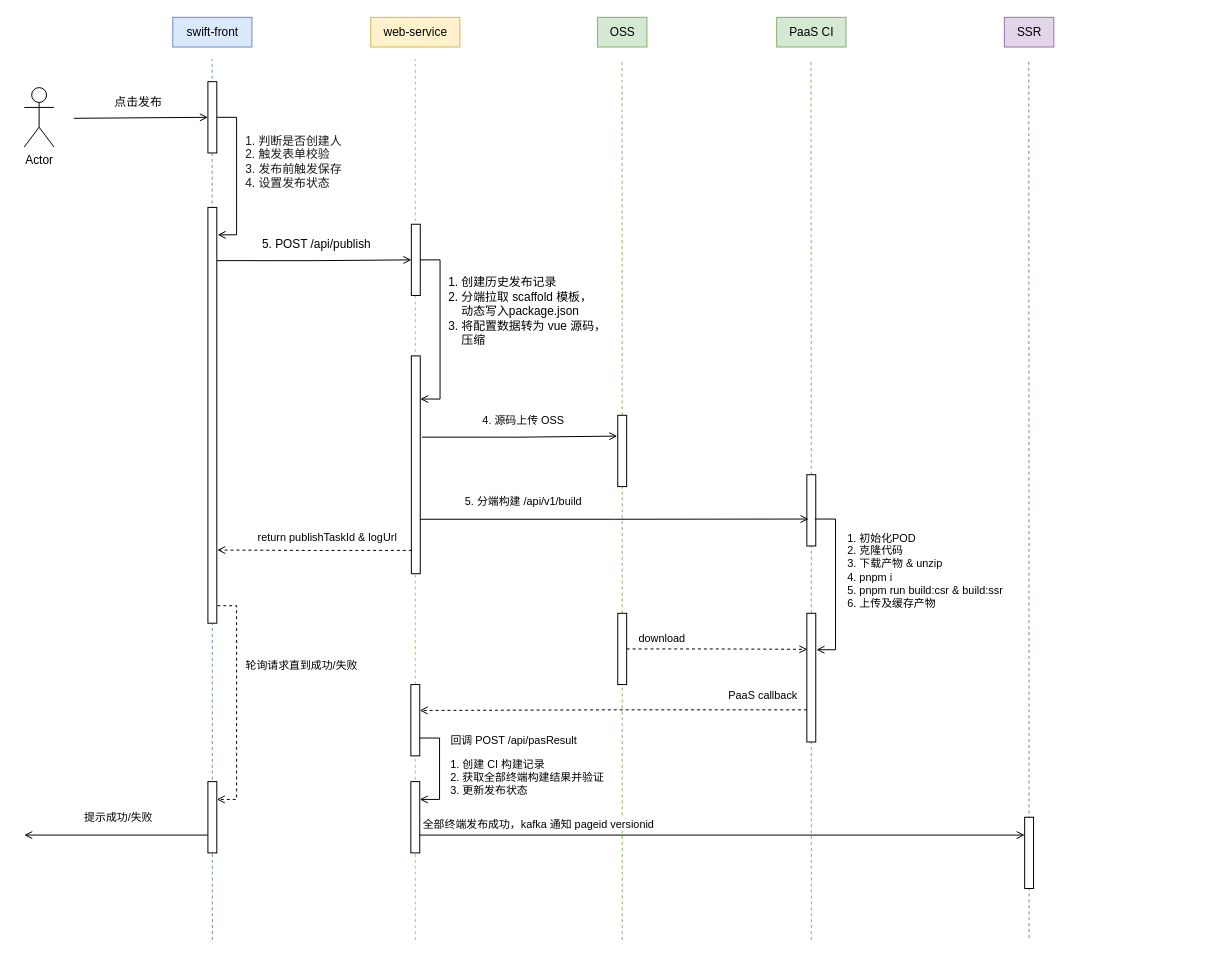
Before: publish/未命名绘图.drawio in shubinla/draw.io, a draw.io diagram. Source tidied: cells renumbered, new cells numbered last; positions are measured from the earlier drawing's top-left corner, leaving out a move shared by most shapes. Both pictures are drawn from the tidied source at 99%, with x=0, y=0 at pixel (24, 17).
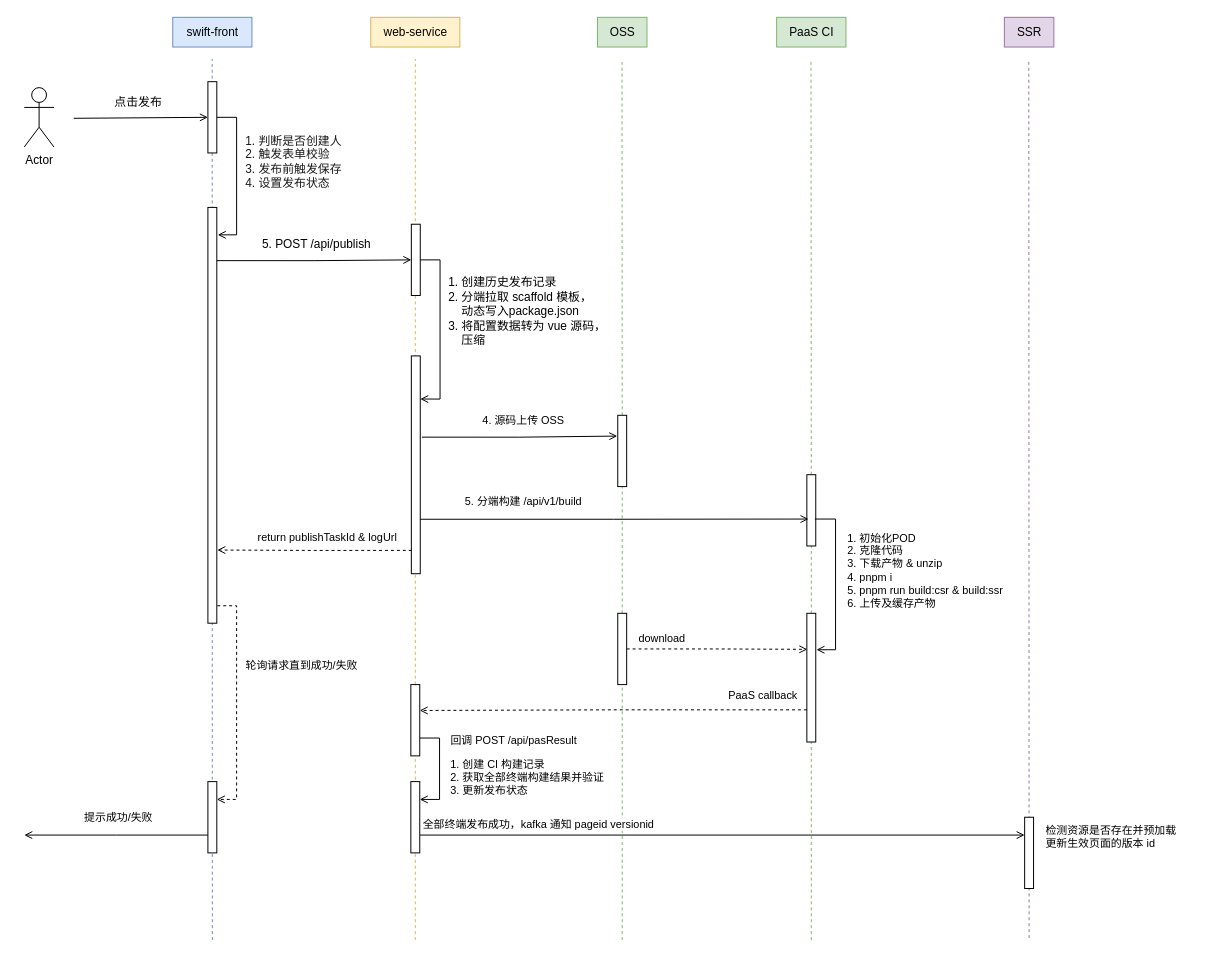
The same diagram, later.

Commit message:
更新未命名绘图.drawio

Diff of the diagram source:
```diff
@@
+    <mxCell id="58" value="检测资源是否存在并预加载&lt;div&gt;更新生效页面的版本 id&lt;/div&gt;" style="text;html=1;align=left;verticalAlign=middle;strokeColor=none;fillColor=none;fontFamily=Helvetica;fontSize=11;fontColor=default;labelBackgroundColor=default;" parent="1" vertex="1">
+      <mxGeometry x="1030" y="808" width="160" height="40" as="geometry" />
+    </mxCell>
```
